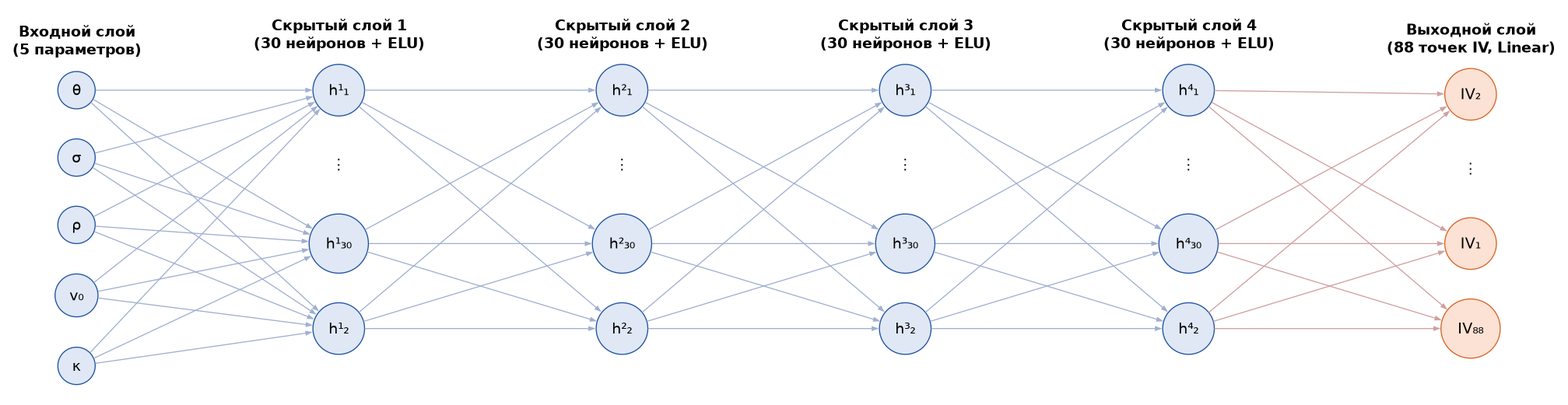
Execorn/derivatives keeps this Graphviz diagram as images/generated/architecture.png. Above is the earlier version. Its source is kept beside it as images/generated/architecture.gv.
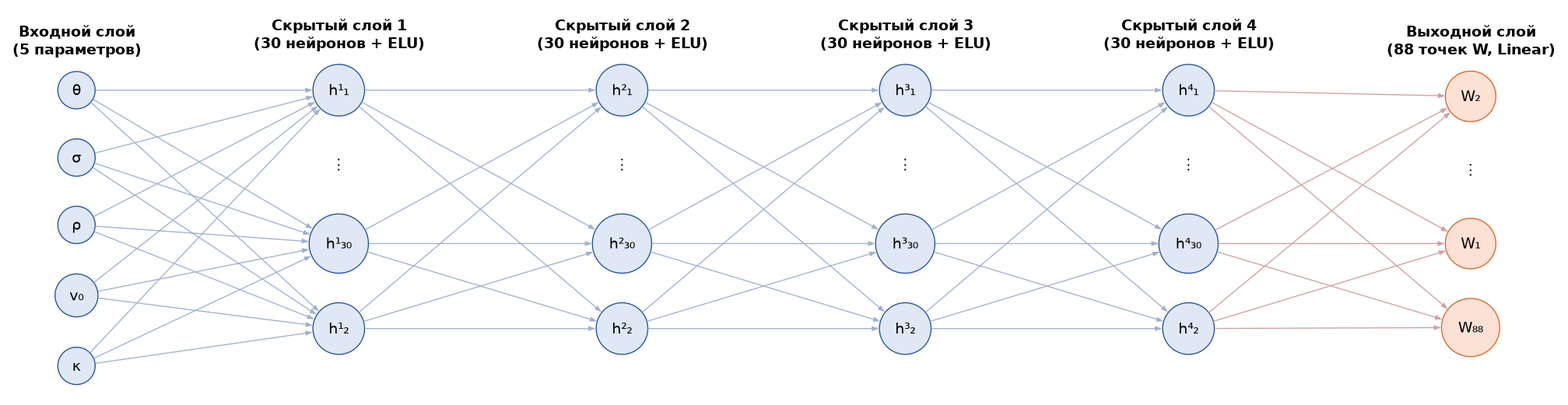
Above is the later version.

Commit message:
docs: add project-wide documentation including global context and architectural diagrams

What changed in the source:
```diff
@@ -59,12 +59,12 @@
 
     subgraph cluster_5 {
         color=white;
-        label="Выходной слой\n(88 точек IV, Linear)";
+        label="Выходной слой\n(88 точек W, Linear)";
         fontname="Helvetica-Bold";
-        O1 [label="IV₁", fillcolor="#fce2d4", color="#d66428"];
-        O2 [label="IV₂", fillcolor="#fce2d4", color="#d66428"];
+        O1 [label="W₁", fillcolor="#fce2d4", color="#d66428"];
+        O2 [label="W₂", fillcolor="#fce2d4", color="#d66428"];
         O_dots [shape=none, style=none, label="⋮"];
-        On [label="IV₈₈", fillcolor="#fce2d4", color="#d66428"];
+        On [label="W₈₈", fillcolor="#fce2d4", color="#d66428"];
     }
 
     {I1 I2 I3 I4 I5} -> {H1_1 H1_2 H1_n} [color="#a0b0d0", arrowsize=0.5];
```
